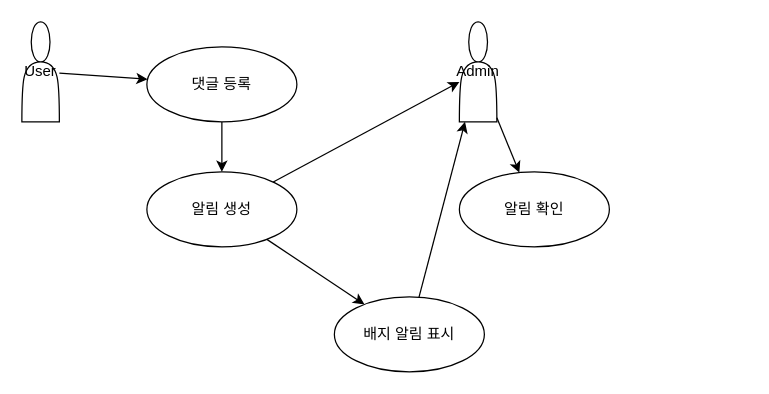
fury2019/Diagram keeps this draw.io diagram as 알림기능.drawio. Above is the earlier version. Source tidied: cells renumbered, new cells numbered last; positions are measured from the earlier drawing's top-left corner, leaving out a move shared by most shapes. Both pictures are drawn from the tidied source at 125%, with x=0, y=0 at pixel (21, 21).
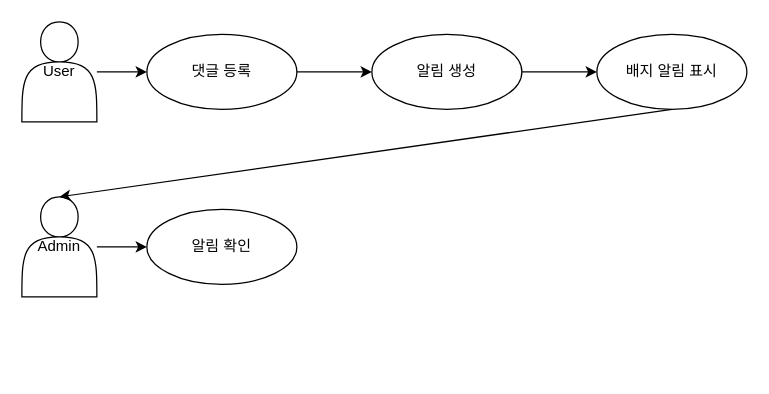
After the change.

Commit message:
알림기능.drawio 업데이트

The edit, as a diff of the source:
```diff
@@
 <mxGraphModel>
   <root>
     <mxCell id="0" />
     <mxCell id="1" parent="0" />
     <mxCell id="2" value="User" style="shape=actor;whiteSpace=wrap;html=1;" parent="1" vertex="1">
-      <mxGeometry width="30" height="80" as="geometry" />
+      <mxGeometry width="60" height="80" as="geometry" />
     </mxCell>
     <mxCell id="3" value="Admin" style="shape=actor;whiteSpace=wrap;html=1;" parent="1" vertex="1">
-      <mxGeometry x="350" width="30" height="80" as="geometry" />
+      <mxGeometry y="140" width="60" height="80" as="geometry" />
     </mxCell>
     <mxCell id="4" value="댓글 등록" style="ellipse;whiteSpace=wrap;html=1;" parent="1" vertex="1">
-      <mxGeometry x="100" y="20" width="120" height="60" as="geometry" />
+      <mxGeometry x="100" y="10" width="120" height="60" as="geometry" />
     </mxCell>
     <mxCell id="5" value="알림 생성" style="ellipse;whiteSpace=wrap;html=1;" parent="1" vertex="1">
-      <mxGeometry x="100" y="120" width="120" height="60" as="geometry" />
+      <mxGeometry x="280" y="10" width="120" height="60" as="geometry" />
     </mxCell>
     <mxCell id="6" value="알림 확인" style="ellipse;whiteSpace=wrap;html=1;" parent="1" vertex="1">
-      <mxGeometry x="350" y="120" width="120" height="60" as="geometry" />
+      <mxGeometry x="100" y="150" width="120" height="60" as="geometry" />
     </mxCell>
     <mxCell id="7" value="배지 알림 표시" style="ellipse;whiteSpace=wrap;html=1;" parent="1" vertex="1">
-      <mxGeometry x="250" y="220" width="120" height="60" as="geometry" />
+      <mxGeometry x="460" y="10" width="120" height="60" as="geometry" />
     </mxCell>
     <mxCell id="8" parent="1" edge="1" source="2" target="4">
       <mxGeometry relative="1" as="geometry" />
     </mxCell>
     <mxCell id="9" parent="1" edge="1" source="4" target="5">
       <mxGeometry relative="1" as="geometry" />
     </mxCell>
-    <mxCell id="10" parent="1" edge="1" source="5" target="3">
-      <mxGeometry relative="1" as="geometry" />
-    </mxCell>
     <mxCell id="11" parent="1" edge="1" source="3" target="6">
       <mxGeometry relative="1" as="geometry" />
     </mxCell>
     <mxCell id="12" parent="1" edge="1" source="5" target="7">
       <mxGeometry relative="1" as="geometry" />
     </mxCell>
-    <mxCell id="13" parent="1" edge="1" source="7" target="3">
+    <mxCell id="13" style="entryX=0.5;entryY=0;entryDx=0;entryDy=0;exitX=0.5;exitY=1;exitDx=0;exitDy=0;" parent="1" edge="1" source="7" target="3">
       <mxGeometry relative="1" as="geometry" />
     </mxCell>
   </root>
 </mxGraphModel>
```
